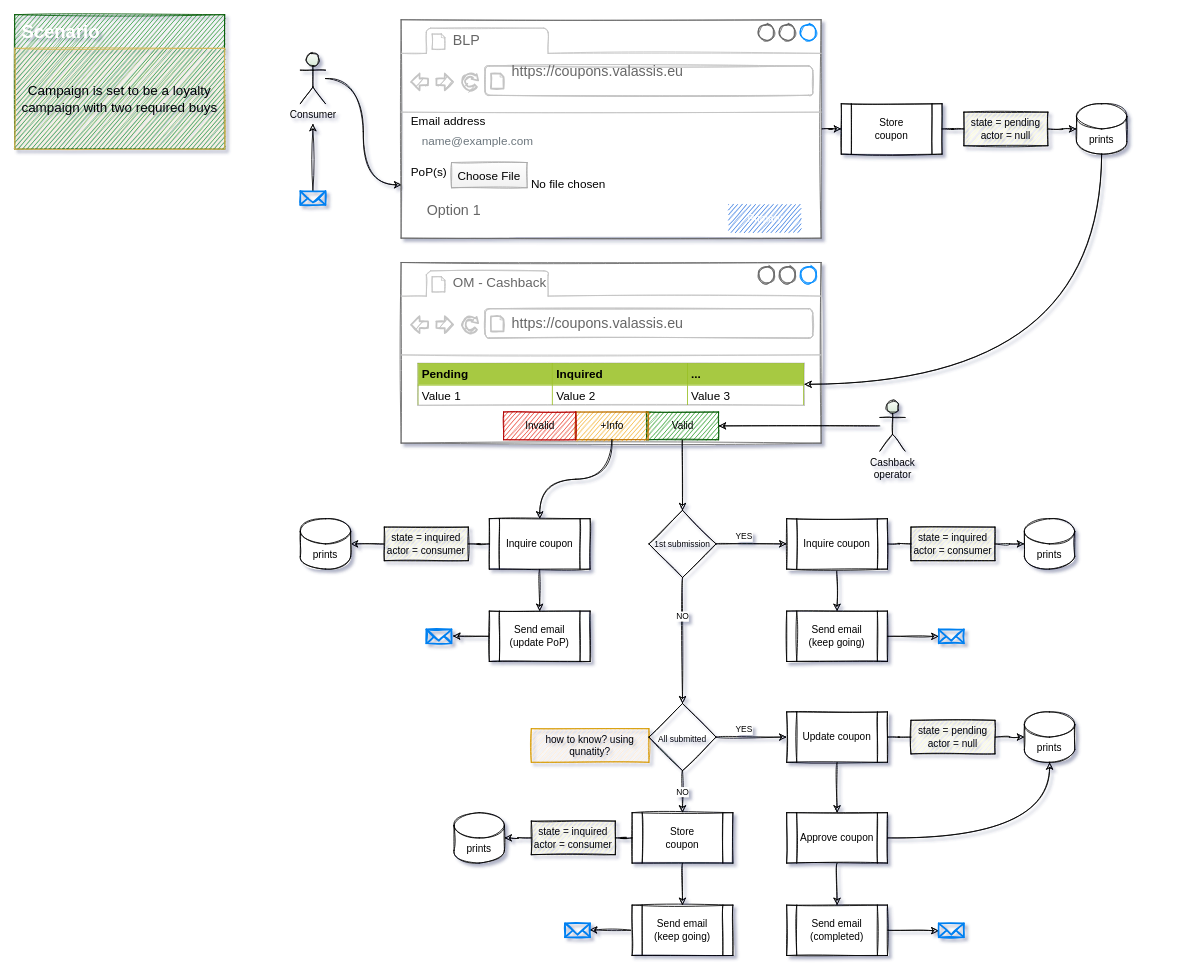
valassis-fcalle/diagramas.net keeps this draw.io diagram as page "User flow" (1 of 6) of loyalty/User Flow.drawio. Above is the earlier version. Source tidied: cells renumbered, new cells numbered last; positions are measured from the earlier drawing's top-left corner, leaving out a move shared by most shapes. Both pictures are drawn from the tidied source at 84%, with x=0, y=0 at pixel (14, 14).
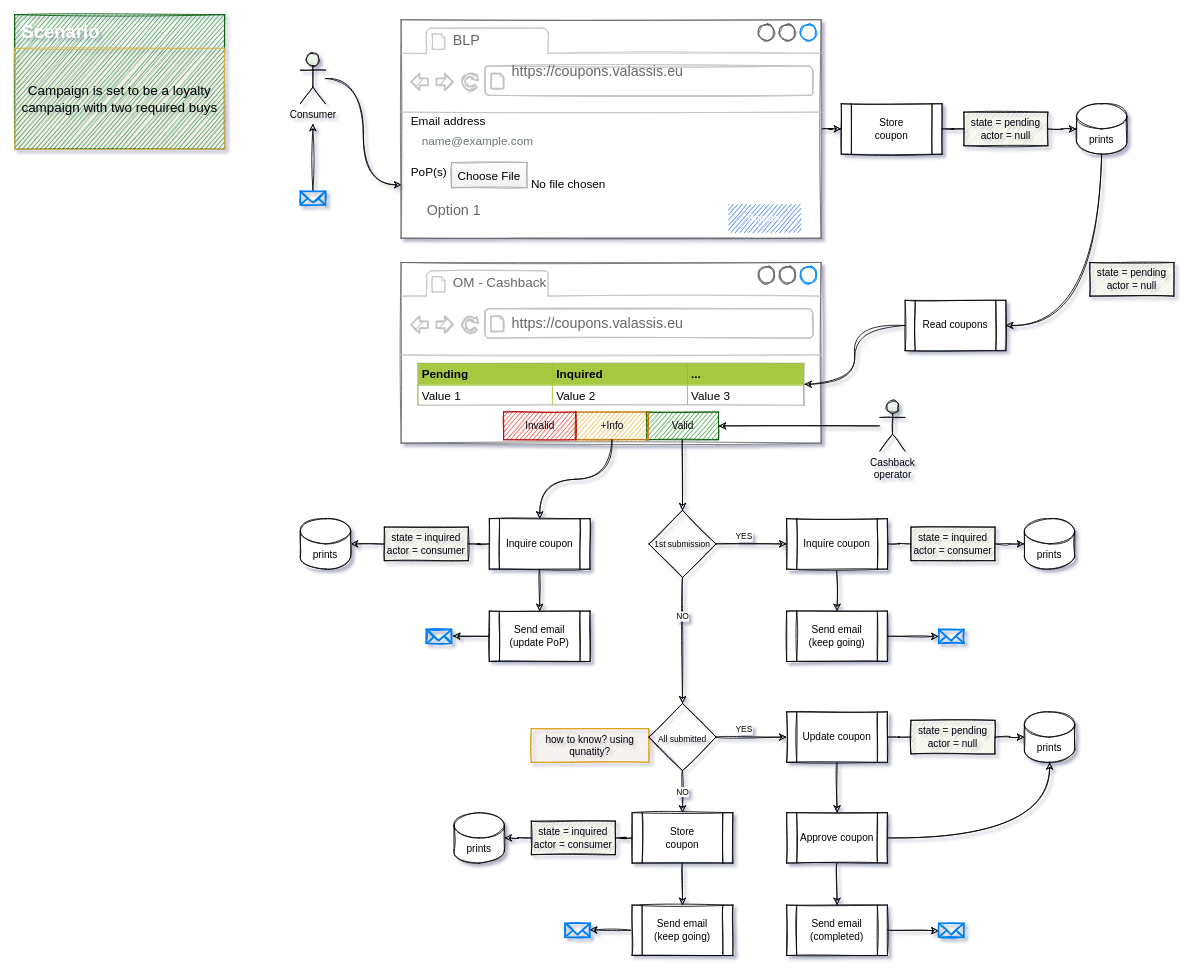
Above is the later version.

Unchanged cells that the change refers to:
```xml
<mxCell id="19" value="prints&lt;br&gt;" style="shape=cylinder3;whiteSpace=wrap;html=1;boundedLbl=1;backgroundOutline=1;size=15;gradientColor=none;sketch=1;rounded=0;" parent="1" vertex="1">
  <mxGeometry x="1264" y="106" width="60" height="60" as="geometry" />
</mxCell>
<mxCell id="26" value="&lt;table border=&quot;1&quot; width=&quot;100%&quot; height=&quot;100%&quot; cellpadding=&quot;4&quot; style=&quot;width: 100%; height: 100%; border-collapse: collapse; font-size: 14px;&quot;&gt;&lt;tbody&gt;&lt;tr style=&quot;background-color: rgb(167, 201, 66); border: 1px solid rgb(152, 191, 33);&quot;&gt;&lt;th align=&quot;left&quot;&gt;&lt;font style=&quot;font-size: 14px;&quot;&gt;Pending&lt;/font&gt;&lt;/th&gt;&lt;th align=&quot;left&quot;&gt;&lt;font style=&quot;font-size: 14px;&quot;&gt;Inquired&lt;/font&gt;&lt;/th&gt;&lt;th align=&quot;left&quot;&gt;&lt;font style=&quot;font-size: 14px;&quot;&gt;...&lt;/font&gt;&lt;/th&gt;&lt;/tr&gt;&lt;tr style=&quot;border:1px solid #98bf21;&quot;&gt;&lt;td&gt;&lt;font style=&quot;font-size: 14px;&quot;&gt;Value 1&lt;/font&gt;&lt;/td&gt;&lt;td&gt;&lt;font style=&quot;font-size: 14px;&quot;&gt;Value 2&lt;/font&gt;&lt;/td&gt;&lt;td&gt;&lt;font style=&quot;font-size: 14px;&quot;&gt;Value 3&lt;/font&gt;&lt;/td&gt;&lt;/tr&gt;&lt;/tbody&gt;&lt;/table&gt;" style="text;html=1;strokeColor=#c0c0c0;fillColor=#ffffff;overflow=fill;rounded=0;fontSize=16;fontColor=#000000;sketch=1;" parent="22" vertex="1">
  <mxGeometry x="20" y="120" width="460" height="50" as="geometry" />
</mxCell>
```

Change to the diagram source:
```diff
@@
+    <mxCell id="87" style="edgeStyle=orthogonalEdgeStyle;curved=1;sketch=1;hachureGap=4;jiggle=2;jettySize=auto;html=1;entryX=1;entryY=0.5;entryDx=0;entryDy=0;strokeColor=default;fontFamily=Architects Daughter;fontSize=16;fontColor=#030303;exitX=0.5;exitY=1;exitDx=0;exitDy=0;exitPerimeter=0;" parent="1" edge="1" source="19" target="90">
+      <mxGeometry relative="1" as="geometry" />
+    </mxCell>
@@
-    <mxCell id="86" style="edgeStyle=orthogonalEdgeStyle;rounded=0;sketch=1;jettySize=auto;html=1;entryX=1;entryY=0.5;entryDx=0;entryDy=0;shadow=0;fontSize=10;curved=1;" parent="1" edge="1" source="19" target="26">
-      <mxGeometry relative="1" as="geometry">
-        <Array as="points">
-          <mxPoint x="1294" y="440" />
-        </Array>
-      </mxGeometry>
-    </mxCell>
+    <mxCell id="88" value="state = pending&lt;br&gt;actor = null" style="text;html=1;strokeColor=default;fillColor=#FFFFCC;align=center;verticalAlign=middle;whiteSpace=wrap;rounded=0;gradientColor=none;sketch=1;" parent="1" vertex="1">
+      <mxGeometry x="1280" y="295" width="100" height="40" as="geometry" />
+    </mxCell>
+    <mxCell id="89" style="edgeStyle=orthogonalEdgeStyle;curved=1;sketch=1;hachureGap=4;jiggle=2;jettySize=auto;html=1;entryX=1;entryY=0.5;entryDx=0;entryDy=0;strokeColor=default;fontFamily=Architects Daughter;fontSize=16;fontColor=#030303;" parent="1" edge="1" source="90" target="26">
+      <mxGeometry relative="1" as="geometry" />
+    </mxCell>
+    <mxCell id="90" value="Read coupons" style="shape=process;whiteSpace=wrap;html=1;backgroundOutline=1;gradientColor=none;sketch=1;rounded=0;" parent="1" vertex="1">
+      <mxGeometry x="1060" y="340" width="120" height="60" as="geometry" />
+    </mxCell>
```
